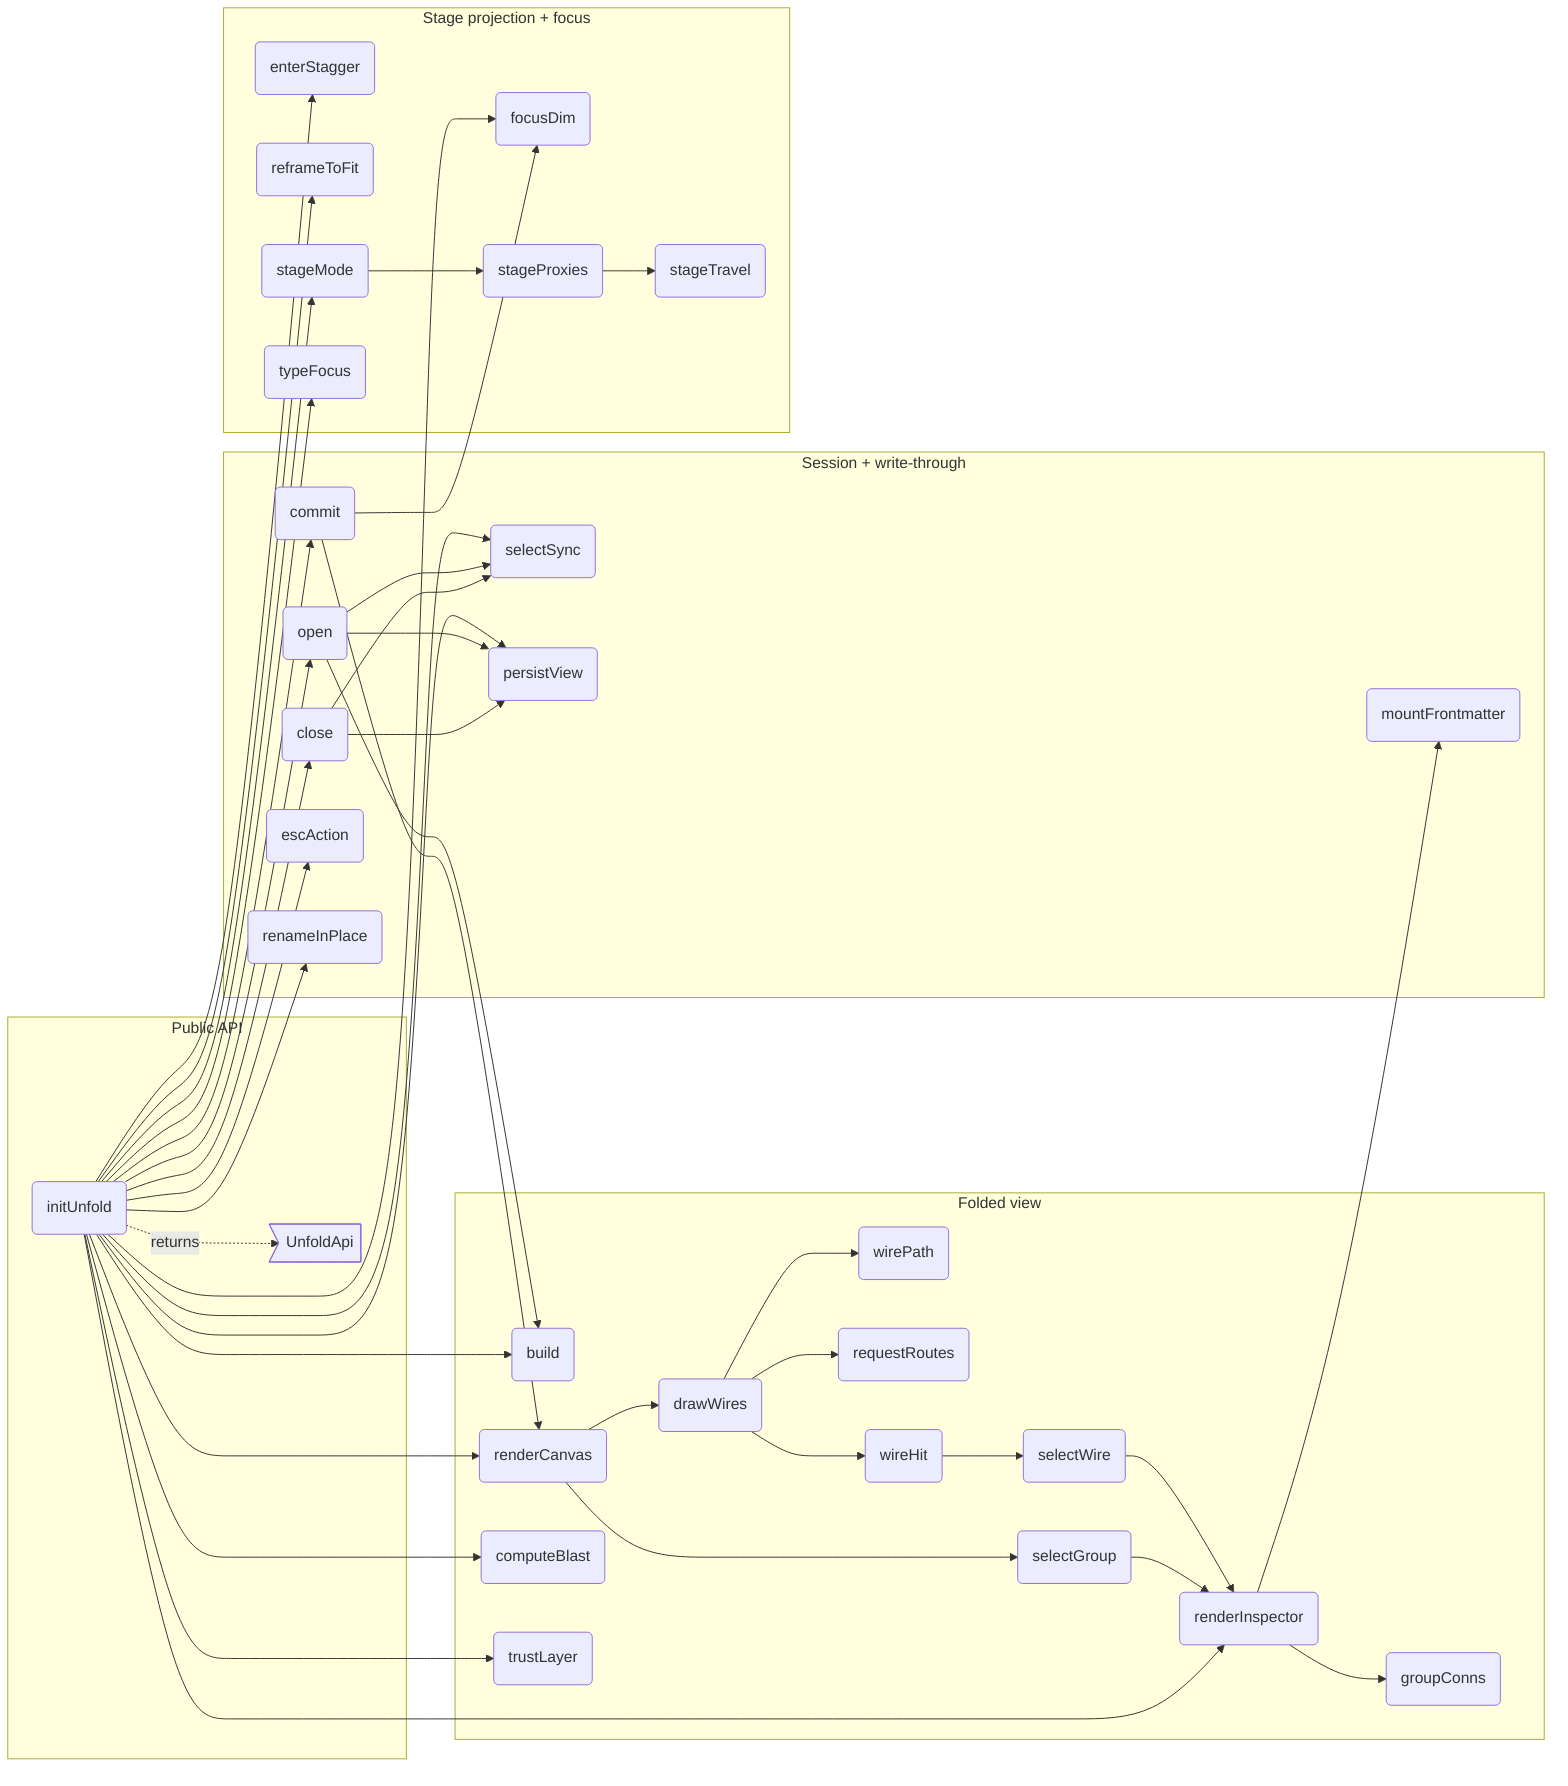
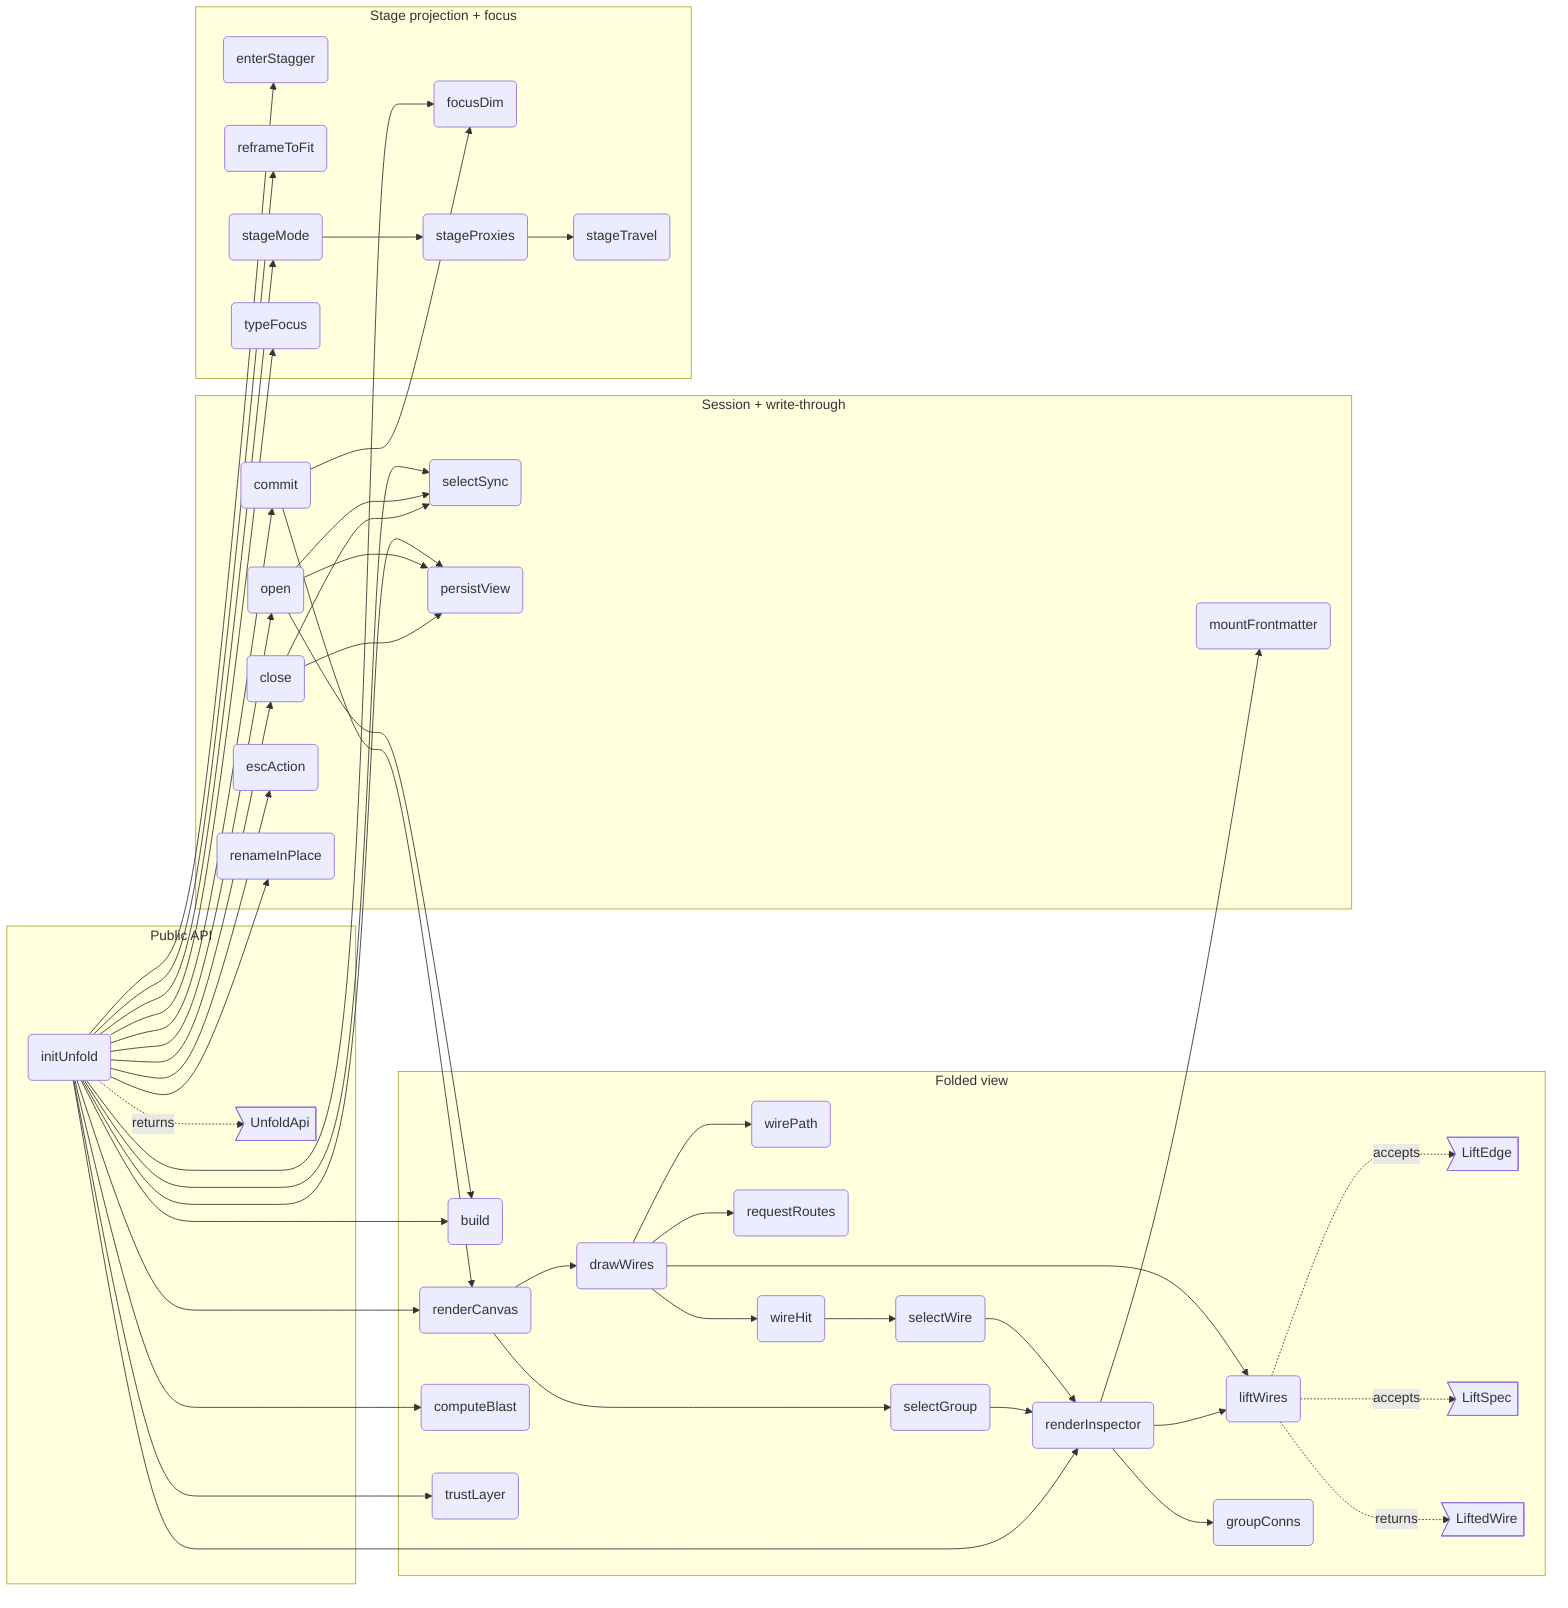
flowchart LR
%% root unfold

%% src UnfoldApi src/panel/unfold.ts#UnfoldApi
%% kind UnfoldApi type
%% fm:meta UnfoldApi name=UnfoldApi
%% fm:meta UnfoldApi desc=public surface: open, close, toggle

%% src initUnfold src/panel/unfold.ts#initUnfold
%% kind initUnfold function
%% fm:meta initUnfold name=initUnfold
%% fm:meta initUnfold desc=build the primary surface (own DOM + own CSS, the planner isolation pattern) bound to ctx; reads ctx.state + ctx.bodies, writes only through the shared hooks path; the dock carries a temporary legacy-compare affordance instead of a ✕ (M4 correction)
%% fm:meta initUnfold i0.name=initUnfold
%% fm:meta initUnfold i0.accepts=ctx: AppContext
%% fm:meta initUnfold i0.accepts=deps: { selection: SelectionApi; camera: CameraApi }
%% fm:meta initUnfold i0.returns=UnfoldApi

%% src ufBuild src/panel/unfold.ts#build
%% kind ufBuild function
%% fm:meta ufBuild name=build
%% fm:meta ufBuild desc=derive the folded units from ctx.state on every open: live parent wins, else the flowmap mod__rest drill convention; de-dup edges, fan-in
%% fm:meta ufBuild i0.name=build
%% fm:meta ufBuild i0.returns=void

%% src ufRenderCanvas src/panel/unfold.ts#renderCanvas
%% kind ufRenderCanvas function
%% fm:meta ufRenderCanvas name=renderCanvas
%% fm:meta ufRenderCanvas desc=render the containment roots as nested flex cards/groups; only expanded containers show their children
%% fm:meta ufRenderCanvas i0.name=renderCanvas
%% fm:meta ufRenderCanvas i0.returns=void

%% src ufDrawWires src/panel/unfold.ts#drawWires
%% kind ufDrawWires function
%% fm:meta ufDrawWires name=drawWires
- %% fm:meta ufDrawWires desc=orthogonal wires aggregated to the visible representatives, gated by the calls/deps layers, painted above the group surfaces
+ %% fm:meta ufDrawWires desc=paint the pure lift decision (ufLiftWires): wires run between sibling anchors under their lowest common container so no wire crosses a foreign group box; concealed counts render as mid-path badges; arrowheads exist only on atomic reveals (selected leaf / exploded wire); hot wires keep the accent + flow grammar; weight ramp, hub fade and hit paths operate on the lifted set
%% fm:meta ufDrawWires i0.name=drawWires
%% fm:meta ufDrawWires i0.returns=void
+ 
+ %% src ufLiftWires src/panel/unfold-lift.ts#ufLiftWires
+ %% kind ufLiftWires function
+ %% fm:meta ufLiftWires name=liftWires
+ %% fm:meta ufLiftWires desc=pure wire-picture decision for the primary surface: every wire lifts to sibling anchors under the lowest common container (never crossing a foreign boundary), concealed endpoints counted for the badge; the lowest selected point sets the travel depth — a selected leaf reveals true wires (atomic, arrowed, hot), a selected container anchors its crossing wires at its own border (hot), a selected wire explodes into its underlying relations; opposite directions merge (weight-majority orientation) since arrowheads exist only on atomic reveals
+ %% fm:meta ufLiftWires i0.name=ufLiftWires
+ %% fm:meta ufLiftWires i0.accepts=edges: LiftEdge[]
+ %% fm:meta ufLiftWires i0.accepts=spec: LiftSpec
+ %% fm:meta ufLiftWires i0.returns=LiftedWire[]
+ 
+ %% src ufLiftEdge src/panel/unfold-lift.ts#LiftEdge
+ %% kind ufLiftEdge type
+ %% fm:meta ufLiftEdge name=LiftEdge
+ %% fm:meta ufLiftEdge desc=one deduped model edge as the lift decision sees it: endpoints, call/dep flags, weight, optional advisory mark
+ 
+ %% src ufLiftSpec src/panel/unfold-lift.ts#LiftSpec
+ %% kind ufLiftSpec type
+ %% fm:meta ufLiftSpec name=LiftSpec
+ %% fm:meta ufLiftSpec desc=the plain view slice the lift decision reads: containment parents, expanded/hidden, selection (node or container plus wire), wire layers
+ 
+ %% src ufLiftedWire src/panel/unfold-lift.ts#LiftedWire
+ %% kind ufLiftedWire type
+ %% fm:meta ufLiftedWire name=LiftedWire
+ %% fm:meta ufLiftedWire desc=one drawn wire: sibling anchors, summed weight, concealed endpoint count (the badge), atomic (arrowed reveal), hot (selection highlight), advisory, and the underlying model relations

%% src ufComputeBlast src/panel/unfold.ts#computeBlast
%% kind ufComputeBlast function
%% fm:meta ufComputeBlast name=computeBlast
%% fm:meta ufComputeBlast desc=reverse-BFS the transitive dependents of the selection and map them to visible cards with min hop distance
%% fm:meta ufComputeBlast i0.name=computeBlast
%% fm:meta ufComputeBlast i0.returns=void

%% src ufRenderInspector src/panel/unfold.ts#renderInspector
%% kind ufRenderInspector function
%% fm:meta ufRenderInspector name=renderInspector
- %% fm:meta ufRenderInspector desc=empty until selection; then kind, crumbs, desc, interfaces, blast count, connections, and the real source body from ctx.bodies
+ %% fm:meta ufRenderInspector desc=empty until selection; then kind, crumbs, desc, interfaces, blast count, connections, and the real source body from ctx.bodies — a selected wire resolves its endpoints and underlying relations through the same pure lift decision the painter draws (ufLiftWires), so the two surfaces cannot disagree
%% fm:meta ufRenderInspector i0.name=renderInspector
%% fm:meta ufRenderInspector i0.returns=void

%% src ufEnterStagger src/panel/unfold.ts#enterStagger
%% kind ufEnterStagger function
%% fm:meta ufEnterStagger name=enterStagger
%% fm:meta ufEnterStagger desc=staggered fade-up entrance for newly-revealed cards (~55ms stagger, ~650ms expo ease); wires draw themselves in only after their cards land
%% fm:meta ufEnterStagger i0.name=enterStagger
%% fm:meta ufEnterStagger i0.returns=void

%% src ufFocusDim src/panel/unfold.ts#focusDim
%% kind ufFocusDim function
%% fm:meta ufFocusDim name=focusDim
%% fm:meta ufFocusDim desc=focus illumination without rebuild: selection glows, 1-hop neighbours stay lit, its wires carry the flow animation, everything else dims
%% fm:meta ufFocusDim i0.name=focusDim
%% fm:meta ufFocusDim i0.returns=void

%% src ufReframe src/panel/unfold.ts#reframeToFit
%% kind ufReframe function
%% fm:meta ufReframe name=reframeToFit
%% fm:meta ufReframe desc=after every structural change the world transform-scales so all visible content fits, animated ~900ms expo ease — the canvas breathes instead of demanding travel
%% fm:meta ufReframe i0.name=reframeToFit
%% fm:meta ufReframe i0.returns=void

%% src ufStageMode src/panel/unfold.ts#stageMode
%% kind ufStageMode function
%% fm:meta ufStageMode name=stageMode
%% fm:meta ufStageMode desc=second projection of the same graph: the focused group renders center-stage at readable size while the explore world blurs and fades behind; exit restores explore state exactly
%% fm:meta ufStageMode i0.name=stageMode
%% fm:meta ufStageMode i0.accepts=gid: string | null
%% fm:meta ufStageMode i0.returns=void

%% src ufProxies src/panel/unfold.ts#stageProxies
%% kind ufProxies function
%% fm:meta ufProxies name=stageProxies
%% fm:meta ufProxies desc=external edges aggregate per target container into pill proxies on a ring; each pill's angle is the TRUE angle between group centroids in ctx.state positions
%% fm:meta ufProxies i0.name=stageProxies
%% fm:meta ufProxies i0.returns=void

%% src ufTravel src/panel/unfold.ts#stageTravel
%% kind ufTravel function
%% fm:meta ufTravel name=stageTravel
%% fm:meta ufTravel desc=peek then travel: the target group slides onto stage FROM its direction; the origin becomes a reciprocal-direction proxy automatically since both derive from the same centroids
%% fm:meta ufTravel i0.name=stageTravel
%% fm:meta ufTravel i0.accepts=target: string
%% fm:meta ufTravel i0.accepts=fromAngle: number
%% fm:meta ufTravel i0.returns=void

%% src ufTypeFocus src/panel/unfold.ts#typeFocus
%% kind ufTypeFocus function
%% fm:meta ufTypeFocus name=typeFocus
%% fm:meta ufTypeFocus desc=click a type in a frontmatter card and every module whose interface carries that type lights across the surface; the inspector lists the carriers, derived from ctx.state
%% fm:meta ufTypeFocus i0.name=typeFocus
%% fm:meta ufTypeFocus i0.accepts=t: string | null
%% fm:meta ufTypeFocus i0.returns=void

%% src ufCommit src/panel/unfold.ts#commit
%% kind ufCommit function
%% fm:meta ufCommit name=commit
%% fm:meta ufCommit desc=the ONLY view-mutation entry (M3): apply the pure reduceView to the spec, install the result frozen, then paint the per-action render subset — no handler touches view state or the DOM directly
%% fm:meta ufCommit i0.name=commit
%% fm:meta ufCommit i0.accepts=a: ViewAction
%% fm:meta ufCommit i0.returns=void

%% src ufSelectSync src/panel/unfold.ts#selectSync
%% kind ufSelectSync function
%% fm:meta ufSelectSync name=selectSync
%% fm:meta ufSelectSync desc=selection survives the mode boundary: seed SEL from the editor selection on open; hand the reading selection back (selectOnly + zoomToNode via deps) on close — no new state, one shared selection
%% fm:meta ufSelectSync i0.name=selectSync
%% fm:meta ufSelectSync i0.accepts=dir: 'open' | 'close'
%% fm:meta ufSelectSync i0.returns=void

%% src ufPersistView src/panel/unfold.ts#persistView
%% kind ufPersistView function
%% fm:meta ufPersistView name=persistView
%% fm:meta ufPersistView desc=the reading session persists per diagram (sorted containment roots as identity) as the full v1 ViewSpec; load goes through normalizeViewSpec and applies the durable trio (expanded/hidden/layers) — a pre-M3 stored entry is a valid subset, migration is branch-free
%% fm:meta ufPersistView i0.name=persistView
%% fm:meta ufPersistView i0.accepts=dir: 'save' | 'load'
%% fm:meta ufPersistView i0.returns=void

%% src ufOpen src/panel/unfold.ts#open
%% kind ufOpen function
%% fm:meta ufOpen name=open
%% fm:meta ufOpen desc=enter the primary surface: rebuild units from ctx.state, restore the per-diagram ViewSpec, sync selection in, show the overlay — no surface choice is recorded, unfold is home (M4 correction)
%% fm:meta ufOpen i0.name=open
%% fm:meta ufOpen i0.returns=void

%% src ufClose src/panel/unfold.ts#close
%% kind ufClose function
%% fm:meta ufClose name=close
%% fm:meta ufClose desc=leave unfold for the legacy-compare view (temporary, until M5 parity deletes the canvas): save the ViewSpec, hand the selection back, hide the overlay — invoked ONLY by the explicit compare affordance; no surface choice is recorded, no ✕ and no Esc route here (M4 correction)
%% fm:meta ufClose i0.name=close
%% fm:meta ufClose i0.returns=void

%% src ufEscAction src/panel/unfold-esc.ts#ufEscAction
%% kind ufEscAction function
%% fm:meta ufEscAction name=escAction
%% fm:meta ufEscAction desc=pure Esc-chain decision for the primary surface: priority order focusType > selWire > stage > sel > query, and 'none' at the bottom — Escape never exits unfold (the old close() branch is gone by design, M4 correction)
%% fm:meta ufEscAction i0.name=ufEscAction
%% fm:meta ufEscAction i0.accepts=s: { focusType: boolean; selWire: boolean; stage: boolean; sel: boolean; query: boolean }
%% fm:meta ufEscAction i0.returns='clearTypeFocus' | 'deselectWire' | 'exitStage' | 'selectGroup' | 'clearQuery' | 'none'

%% src ufTrustLayer src/panel/unfold.ts#trustLayer
%% kind ufTrustLayer function
%% fm:meta ufTrustLayer name=trustLayer
%% fm:meta ufTrustLayer desc=trust layer with an OPTIONAL advisory source: same-origin edge-advisory-allowlist.txt when present, a Load button otherwise; absent source = layer disabled, never wrong — advisory edges dash amber, advisory descs are marked
%% fm:meta ufTrustLayer i0.name=trustLayer
%% fm:meta ufTrustLayer i0.returns=void

%% src ufWirePath src/panel/unfold.ts#wirePath
%% kind ufWirePath function
%% fm:meta ufWirePath name=wirePath
%% fm:meta ufWirePath desc=one wire geometry, not two: reading-mode wires from the app's real port-side geometry (core/state portPos + bestSides) and the render/wires elbow path — replaces the local orthoPath
%% fm:meta ufWirePath i0.name=wirePath
%% fm:meta ufWirePath i0.accepts=a: Box
%% fm:meta ufWirePath i0.accepts=b: Box
%% fm:meta ufWirePath i0.returns=string

%% src ufRequestRoutes src/panel/unfold.ts#requestRoutes
%% kind ufRequestRoutes function
%% fm:meta ufRequestRoutes name=requestRoutes
- %% fm:meta ufRequestRoutes desc=obstacle-avoided wire routes for reading mode via the shared libavoid worker (render/avoidRouter routeGraph): elbows paint first, routed polylines upgrade them when the reply lands; a layout signature drops stale replies
+ %% fm:meta ufRequestRoutes desc=obstacle-avoided routes for the lifted wire picture via the shared libavoid worker (render/avoidRouter routeGraph), one call per containment scope: sibling cards AND group boxes are the obstacles for that scope's lifted wires, while atomic reveals route against cards only; elbows paint first, routed polylines upgrade in place; a layout signature drops stale replies
%% fm:meta ufRequestRoutes i0.name=requestRoutes
%% fm:meta ufRequestRoutes i0.accepts=pos: Record<string, Box>
- %% fm:meta ufRequestRoutes i0.accepts=pairs: { a: string; b: string }[]
+ %% fm:meta ufRequestRoutes i0.accepts=wires: LiftedWire[]
%% fm:meta ufRequestRoutes i0.returns=void

%% src ufSelectWire src/panel/unfold.ts#selectWire
%% kind ufSelectWire function
%% fm:meta ufSelectWire name=selectWire
%% fm:meta ufSelectWire desc=a wire is a first-class selectable (legacy-editor parity): select an aggregated wire by its rendered rep pair, clearing node/type focus; re-click deselects; the inspector shows endpoints, kind, weight and every underlying model relation
%% fm:meta ufSelectWire i0.name=selectWire
%% fm:meta ufSelectWire i0.accepts=a: string
%% fm:meta ufSelectWire i0.accepts=b: string
%% fm:meta ufSelectWire i0.returns=void

%% src ufWireHit src/panel/unfold.ts#wireHit
%% kind ufWireHit function
%% fm:meta ufWireHit name=wireHit
%% fm:meta ufWireHit desc=append an invisible wide hit path over a drawn wire in either projection: click selects the wire, hover pre-lights it — excluded from stage panning so pointer capture never eats the click
%% fm:meta ufWireHit i0.name=wireHit
%% fm:meta ufWireHit i0.accepts=vis: SVGPathElement
%% fm:meta ufWireHit i0.accepts=d: string
%% fm:meta ufWireHit i0.accepts=a: string
%% fm:meta ufWireHit i0.accepts=b: string
%% fm:meta ufWireHit i0.accepts=host: SVGSVGElement
%% fm:meta ufWireHit i0.returns=void

%% src ufSelectGroup src/panel/unfold.ts#selectGroup
%% kind ufSelectGroup function
%% fm:meta ufSelectGroup name=selectGroup
%% fm:meta ufSelectGroup desc=a group is a first-class selectable (U6): select + inspect, never stage (U8 deferred) — clears wire/type focus, relights, re-renders tree + inspector in either projection
%% fm:meta ufSelectGroup i0.name=selectGroup
%% fm:meta ufSelectGroup i0.accepts=id: string
%% fm:meta ufSelectGroup i0.returns=void

%% src ufGroupConns src/panel/unfold.ts#groupConns
%% kind ufGroupConns function
%% fm:meta ufGroupConns name=groupConns
%% fm:meta ufGroupConns desc=external connections of a container: every edge with exactly one endpoint inside the subtree, aggregated to the coarsest foreign container and weight-summed — the same aggregation grammar as the stage pills
%% fm:meta ufGroupConns i0.name=groupConns
%% fm:meta ufGroupConns i0.accepts=id: string
%% fm:meta ufGroupConns i0.returns={ uses: [string, number][]; usedBy: [string, number][] }

%% src ufRenameInPlace src/panel/unfold.ts#renameInPlace
%% kind ufRenameInPlace function
%% fm:meta ufRenameInPlace name=renameInPlace
%% fm:meta ufRenameInPlace desc=inline rename on the selected card (Enter / double-click on selected), writing through the existing model path — mutate ctx.state then hooks render + sync + pushHistory + persist, never a private write path
%% fm:meta ufRenameInPlace i0.name=renameInPlace
%% fm:meta ufRenameInPlace i0.accepts=id: string
%% fm:meta ufRenameInPlace i0.returns=void

%% src ufMountFrontmatter src/panel/unfold.ts#mountFrontmatter
%% kind ufMountFrontmatter function
%% fm:meta ufMountFrontmatter name=mountFrontmatter
%% fm:meta ufMountFrontmatter desc=mount the app's frontmatter editor (panel/inspector-frontmatter) for the selected node inside the reading inspector — the same hooks write path as renameInPlace; commits re-derive the folded view
%% fm:meta ufMountFrontmatter i0.name=mountFrontmatter
%% fm:meta ufMountFrontmatter i0.accepts=host: HTMLElement
%% fm:meta ufMountFrontmatter i0.accepts=id: string
%% fm:meta ufMountFrontmatter i0.returns=void

%% parent uf_api unfold
%% parent uf_view unfold
%% parent uf_stage unfold
%% parent uf_session unfold

  subgraph uf_api ["Public API"]
    initUnfold("initUnfold")
    UnfoldApi>"UnfoldApi"]
  end
  subgraph uf_view ["Folded view"]
    ufBuild("build")
    ufRenderCanvas("renderCanvas")
    ufDrawWires("drawWires")
+     ufLiftWires("liftWires")
+     ufLiftEdge>"LiftEdge"]
+     ufLiftSpec>"LiftSpec"]
+     ufLiftedWire>"LiftedWire"]
    ufWirePath("wirePath")
    ufRequestRoutes("requestRoutes")
    ufWireHit("wireHit")
    ufSelectWire("selectWire")
    ufSelectGroup("selectGroup")
    ufGroupConns("groupConns")
    ufComputeBlast("computeBlast")
    ufRenderInspector("renderInspector")
    ufTrustLayer("trustLayer")
  end
  subgraph uf_session ["Session + write-through"]
    ufCommit("commit")
    ufOpen("open")
    ufClose("close")
    ufEscAction("escAction")
    ufSelectSync("selectSync")
    ufPersistView("persistView")
    ufRenameInPlace("renameInPlace")
    ufMountFrontmatter("mountFrontmatter")
  end
  subgraph uf_stage ["Stage projection + focus"]
    ufEnterStagger("enterStagger")
    ufFocusDim("focusDim")
    ufReframe("reframeToFit")
    ufStageMode("stageMode")
    ufProxies("stageProxies")
    ufTravel("stageTravel")
    ufTypeFocus("typeFocus")
  end

  initUnfold -.->|returns| UnfoldApi
  initUnfold --> ufBuild
  initUnfold --> ufRenderCanvas
  ufRenderCanvas --> ufDrawWires
+   ufDrawWires --> ufLiftWires
+   ufLiftWires -.->|accepts| ufLiftEdge
+   ufLiftWires -.->|accepts| ufLiftSpec
+   ufLiftWires -.->|returns| ufLiftedWire
  ufDrawWires --> ufWirePath
  ufDrawWires --> ufRequestRoutes
  ufDrawWires --> ufWireHit
  ufWireHit --> ufSelectWire
  ufSelectWire --> ufRenderInspector
+   ufRenderInspector --> ufLiftWires
  ufRenderCanvas --> ufSelectGroup
  ufSelectGroup --> ufRenderInspector
  ufRenderInspector --> ufGroupConns
  initUnfold --> ufComputeBlast
  initUnfold --> ufRenderInspector
  initUnfold --> ufTrustLayer
  initUnfold --> ufCommit
  ufCommit --> ufRenderCanvas
  ufCommit --> ufFocusDim
  initUnfold --> ufSelectSync
  initUnfold --> ufPersistView
  initUnfold --> ufOpen
  initUnfold --> ufClose
  ufOpen --> ufBuild
  ufOpen --> ufPersistView
  ufOpen --> ufSelectSync
  ufClose --> ufPersistView
  ufClose --> ufSelectSync
  initUnfold --> ufRenameInPlace
  ufRenderInspector --> ufMountFrontmatter
  initUnfold --> ufEnterStagger
  initUnfold --> ufFocusDim
  initUnfold --> ufReframe
  initUnfold --> ufTypeFocus
  initUnfold --> ufStageMode
  ufStageMode --> ufProxies
  ufProxies --> ufTravel
  initUnfold --> ufEscAction
